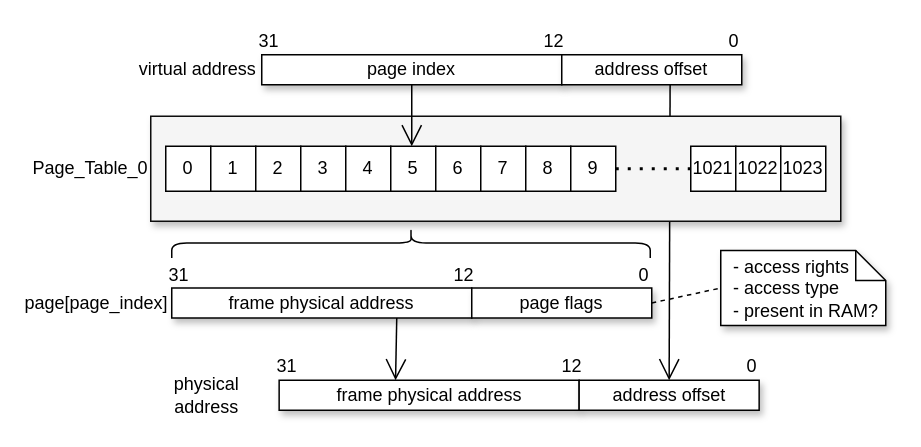
Earlier version of the draw.io diagram docs/diagrams/core/page_table.drawio (silhavyj/ZeroMate). Source tidied: cells renumbered, new cells numbered last; positions are measured from the earlier drawing's top-left corner, leaving out a move shared by most shapes. Both pictures are drawn from the tidied source at 150%, with x=0, y=0 at pixel (38, 3).
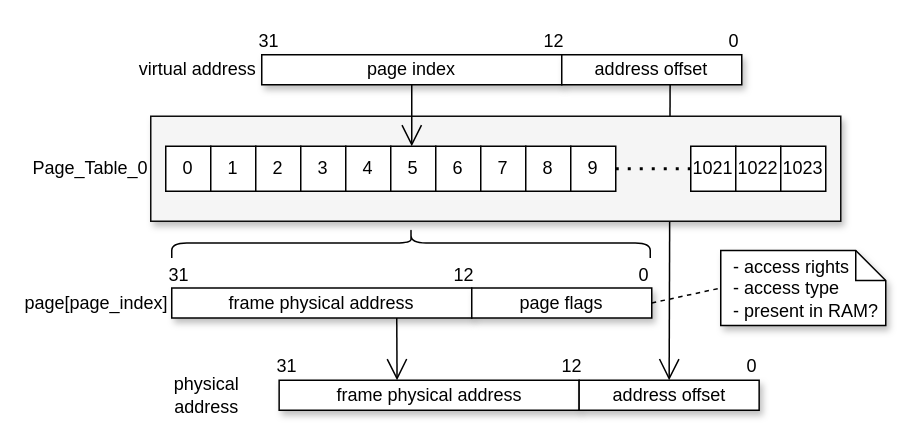
After the change.

Commit message (it also covers changes not shown here):
Modified UML diagrams

The change refers to these unchanged cells:
```xml
<mxCell id="15" value="frame physical address" style="rounded=0;whiteSpace=wrap;html=1;fontFamily=Computer Modern;shadow=1;" parent="1" vertex="1">
  <mxGeometry x="89" y="189.5" width="200" height="20" as="geometry" />
</mxCell>
<mxCell id="31" value="frame physical address" style="rounded=0;whiteSpace=wrap;html=1;fontFamily=Computer Modern;shadow=1;" parent="1" vertex="1">
  <mxGeometry x="160.6" y="251" width="200" height="20" as="geometry" />
</mxCell>
```

Change to the diagram source:
```diff
@@
-    <mxCell id="36" style="endArrow=open;endSize=12;html=1;rounded=0;exitX=0.75;exitY=1;exitDx=0;exitDy=0;entryX=0.388;entryY=0.003;entryDx=0;entryDy=0;entryPerimeter=0;" parent="1" edge="1" source="15" target="31">
+    <mxCell id="36" style="endArrow=open;endSize=12;html=1;rounded=0;exitX=0.75;exitY=1;exitDx=0;exitDy=0;entryX=0.393;entryY=0;entryDx=0;entryDy=0;entryPerimeter=0;" parent="1" edge="1" source="15" target="31">
       <mxGeometry relative="1" as="geometry" />
     </mxCell>
```
